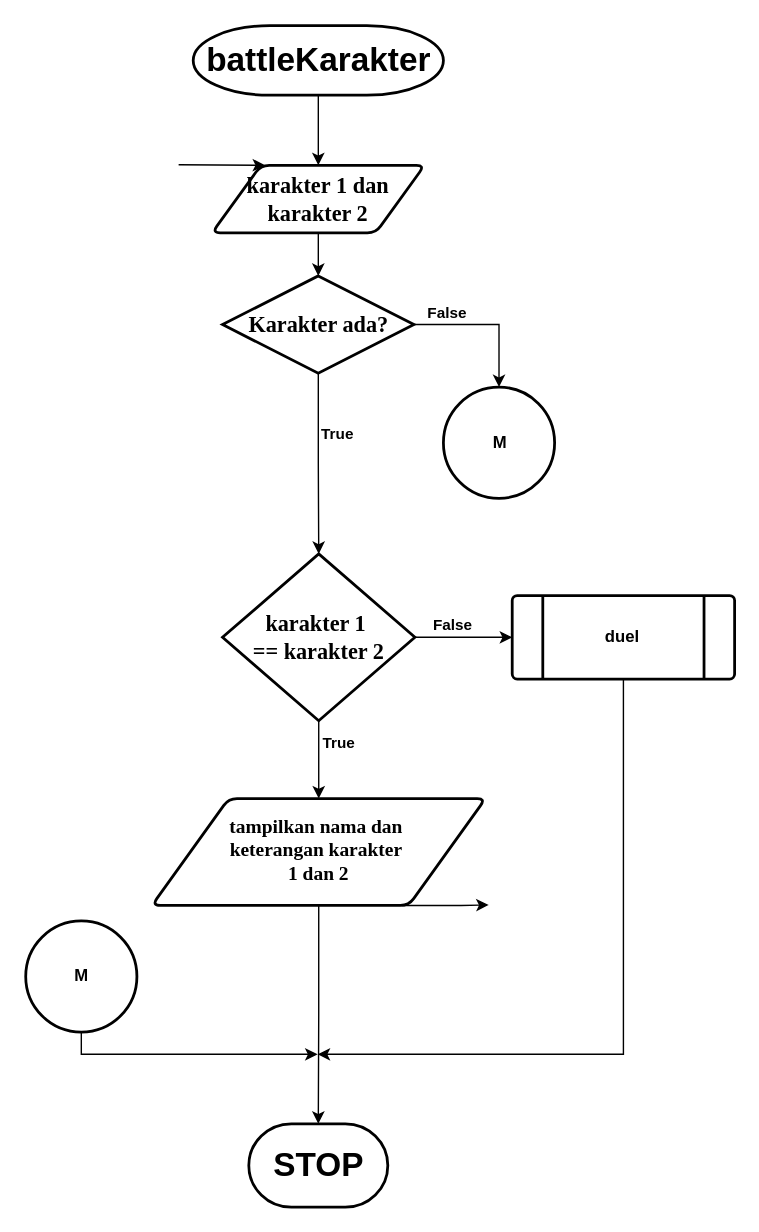
The draw.io diagram page "fungsi battleKarakter" (22 of 23) of B1-OnyxSmarid.drawio in msarabd/pa_sistem_battle_karakter_anime, before the edit. Source tidied: cells renumbered, new cells numbered last; positions are measured from the earlier drawing's top-left corner, leaving out a move shared by most shapes. Both pictures are drawn from the tidied source at 139%, with x=0, y=0 at pixel (25, 25).
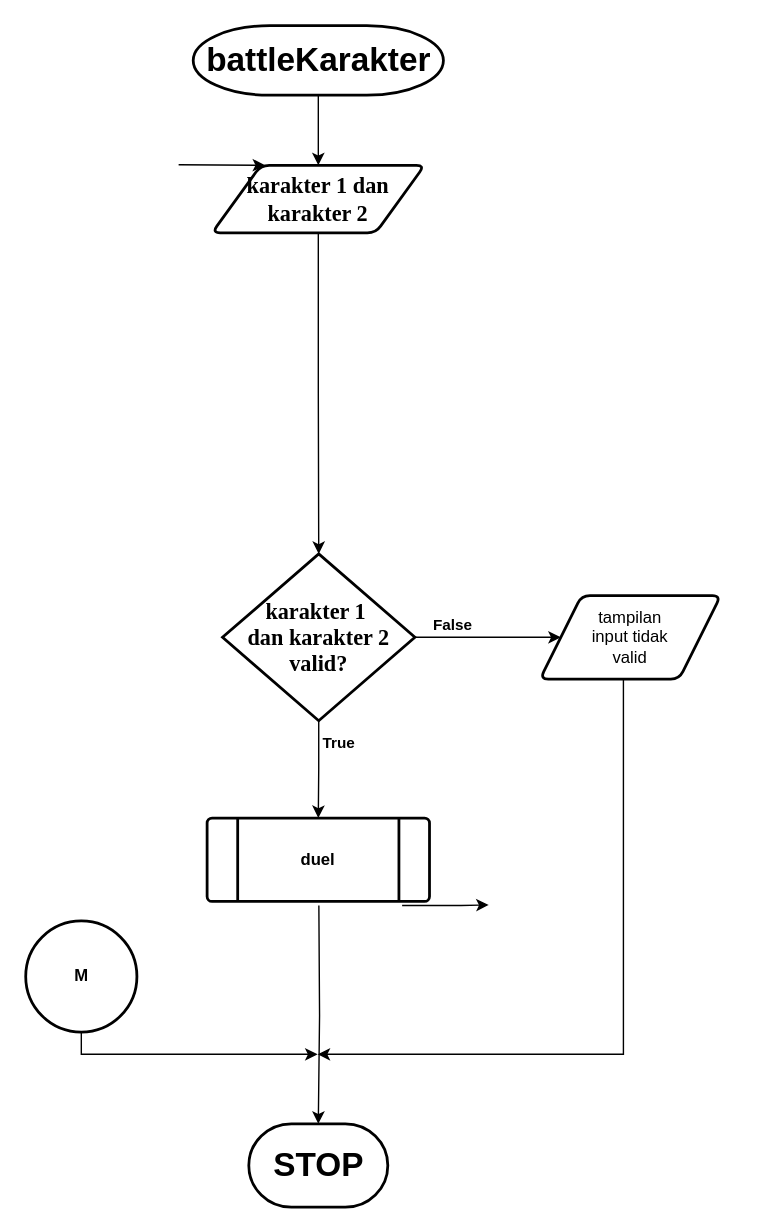
The same page after the edit.

The change refers to these unchanged cells:
```xml
<mxCell id="4" value="&lt;span style=&quot;font-size: 24px;&quot;&gt;STOP&lt;/span&gt;" style="strokeWidth=2;html=1;shape=mxgraph.flowchart.terminator;whiteSpace=wrap;fontStyle=1;" parent="1" vertex="1">
  <mxGeometry x="160.5" y="790" width="100" height="60" as="geometry" />
</mxCell>
<mxCell id="6" value="&lt;span style=&quot;font-size: 16px;&quot;&gt;karakter&amp;nbsp;&lt;/span&gt;&lt;span style=&quot;font-size: 16px; background-color: transparent; color: light-dark(rgb(0, 0, 0), rgb(255, 255, 255));&quot;&gt;1 dan karakter 2&lt;/span&gt;" style="shape=parallelogram;html=1;strokeWidth=2;perimeter=parallelogramPerimeter;whiteSpace=wrap;rounded=1;arcSize=12;size=0.23;fontStyle=1;fontSize=13;fontFamily=Times New Roman;" parent="1" vertex="1">
  <mxGeometry x="134" y="100.4" width="153" height="48.6" as="geometry" />
</mxCell>
```

The edit, as a diff of the source:
```diff
@@
-    <mxCell id="5" style="edgeStyle=orthogonalEdgeStyle;rounded=0;jettySize=auto;html=1;" parent="1" edge="1" source="6" target="10">
-      <mxGeometry relative="1" as="geometry" />
-    </mxCell>
@@
-    <mxCell id="8" style="edgeStyle=orthogonalEdgeStyle;rounded=0;jettySize=auto;html=1;" parent="1" edge="1" source="10" target="13">
+    <mxCell id="8" style="edgeStyle=orthogonalEdgeStyle;rounded=0;jettySize=auto;html=1;exitX=0.5;exitY=1;exitDx=0;exitDy=0;" parent="1" edge="1" source="6" target="13">
       <mxGeometry relative="1" as="geometry" />
     </mxCell>
-    <mxCell id="9" style="edgeStyle=orthogonalEdgeStyle;rounded=0;jettySize=auto;html=1;" parent="1" edge="1" source="10" target="19">
-      <mxGeometry relative="1" as="geometry" />
-    </mxCell>
-    <mxCell id="10" value="&lt;div&gt;&lt;span style=&quot;font-size: 16px;&quot;&gt;Karakter ada?&lt;/span&gt;&lt;/div&gt;" style="strokeWidth=2;html=1;shape=mxgraph.flowchart.decision;whiteSpace=wrap;fontStyle=1;fontFamily=Times New Roman;" parent="1" vertex="1">
-      <mxGeometry x="141.6" y="180" width="137.7" height="70" as="geometry" />
-    </mxCell>
-    <mxCell id="11" style="edgeStyle=orthogonalEdgeStyle;rounded=0;jettySize=auto;html=1;" parent="1" edge="1" source="13" target="16">
+    <mxCell id="11" style="edgeStyle=orthogonalEdgeStyle;rounded=0;jettySize=auto;html=1;entryX=0.5;entryY=0;entryDx=0;entryDy=0;" parent="1" edge="1" source="13" target="17">
       <mxGeometry relative="1" as="geometry" />
     </mxCell>
-    <mxCell id="12" style="edgeStyle=orthogonalEdgeStyle;rounded=0;jettySize=auto;html=1;" parent="1" edge="1" source="13" target="17">
+    <mxCell id="12" style="edgeStyle=orthogonalEdgeStyle;rounded=0;jettySize=auto;html=1;entryX=0;entryY=0.5;entryDx=0;entryDy=0;" parent="1" edge="1" source="13" target="26">
       <mxGeometry relative="1" as="geometry" />
     </mxCell>
-    <mxCell id="13" value="&lt;div&gt;&lt;span style=&quot;font-size: 16px;&quot;&gt;karakter 1&amp;nbsp;&lt;/span&gt;&lt;/div&gt;&lt;div&gt;&lt;span style=&quot;font-size: 16px;&quot;&gt;== karakter 2&lt;/span&gt;&lt;/div&gt;" style="strokeWidth=2;html=1;shape=mxgraph.flowchart.decision;whiteSpace=wrap;fontStyle=1;fontFamily=Times New Roman;" parent="1" vertex="1">
+    <mxCell id="13" value="&lt;div&gt;&lt;span style=&quot;font-size: 16px;&quot;&gt;karakter 1&amp;nbsp;&lt;/span&gt;&lt;/div&gt;&lt;div&gt;&lt;span style=&quot;font-size: 16px;&quot;&gt;dan karakter 2&lt;/span&gt;&lt;/div&gt;&lt;div&gt;&lt;span style=&quot;font-size: 16px;&quot;&gt;valid?&lt;/span&gt;&lt;/div&gt;" style="strokeWidth=2;html=1;shape=mxgraph.flowchart.decision;whiteSpace=wrap;fontStyle=1;fontFamily=Times New Roman;" parent="1" vertex="1">
       <mxGeometry x="141.6" y="380" width="138.4" height="120" as="geometry" />
     </mxCell>
-    <mxCell id="14" style="edgeStyle=orthogonalEdgeStyle;rounded=0;jettySize=auto;html=1;exitX=0.75;exitY=1;exitDx=0;exitDy=0;fontStyle=1;" parent="1" edge="1" source="16">
+    <mxCell id="14" style="edgeStyle=orthogonalEdgeStyle;rounded=0;orthogonalLoop=1;jettySize=auto;html=1;exitX=0.75;exitY=1;exitDx=0;exitDy=0;fontStyle=1;" parent="1" edge="1">
       <mxGeometry relative="1" as="geometry">
+        <mxPoint x="270.8" y="632.9" as="sourcePoint" />
         <mxPoint x="333.1" y="632.5" as="targetPoint" />
         <Array as="points">
           <mxPoint x="313.1" y="633" />
           <mxPoint x="313.1" y="633" />
         </Array>
       </mxGeometry>
     </mxCell>
-    <mxCell id="15" style="edgeStyle=orthogonalEdgeStyle;rounded=0;jettySize=auto;html=1;" parent="1" edge="1" source="16" target="4">
-      <mxGeometry relative="1" as="geometry" />
+    <mxCell id="15" style="edgeStyle=orthogonalEdgeStyle;rounded=0;jettySize=auto;html=1;" parent="1" edge="1" target="4">
+      <mxGeometry relative="1" as="geometry">
+        <mxPoint x="210.9" y="632.9" as="sourcePoint" />
+      </mxGeometry>
     </mxCell>
-    <mxCell id="16" value="tampilkan nama dan&amp;nbsp;&lt;div&gt;keterangan karakter&amp;nbsp;&lt;/div&gt;&lt;div&gt;1 dan&amp;nbsp;&lt;span style=&quot;background-color: transparent; color: light-dark(rgb(0, 0, 0), rgb(255, 255, 255));&quot;&gt;2&lt;/span&gt;&lt;/div&gt;" style="shape=parallelogram;html=1;strokeWidth=2;perimeter=parallelogramPerimeter;whiteSpace=wrap;rounded=1;arcSize=12;size=0.23;fontStyle=1;fontSize=14;fontFamily=Times New Roman;" parent="1" vertex="1">
-      <mxGeometry x="90.8" y="556" width="240" height="76.9" as="geometry" />
-    </mxCell>
-    <mxCell id="17" value="duel" style="verticalLabelPosition=middle;verticalAlign=middle;html=1;shape=process;whiteSpace=wrap;rounded=1;size=0.14;arcSize=6;strokeWidth=2;labelPosition=center;align=center;fontStyle=1;" parent="1" vertex="1">
-      <mxGeometry x="350" y="410" width="160" height="60" as="geometry" />
-    </mxCell>
-    <mxCell id="18" style="endArrow=classic;html=1;rounded=0;exitX=0.5;exitY=1;exitDx=0;exitDy=0;" parent="1" edge="1" source="17">
+    <mxCell id="18" style="endArrow=classic;html=1;rounded=0;exitX=0.5;exitY=1;exitDx=0;exitDy=0;" parent="1" edge="1">
       <mxGeometry relative="1" as="geometry">
+        <mxPoint x="430" y="470" as="sourcePoint" />
         <mxPoint x="210" y="740" as="targetPoint" />
         <Array as="points">
           <mxPoint x="430" y="740" />
         </Array>
       </mxGeometry>
     </mxCell>
-    <mxCell id="19" value="M" style="verticalLabelPosition=middle;verticalAlign=middle;html=1;shape=mxgraph.flowchart.on-page_reference;strokeWidth=2;fontStyle=1;labelPosition=center;align=center;" parent="1" vertex="1">
-      <mxGeometry x="300.5" y="260" width="80" height="80" as="geometry" />
-    </mxCell>
@@
-    <mxCell id="22" value="False" style="edgeLabel;html=1;align=center;verticalAlign=bottom;fontStyle=1;labelPosition=center;verticalLabelPosition=top;" parent="1" vertex="1">
-      <mxGeometry x="302" y="215" as="geometry" />
-    </mxCell>
@@
-    <mxCell id="24" value="True" style="edgeLabel;html=1;align=left;verticalAlign=middle;fontStyle=1;labelPosition=right;verticalLabelPosition=middle;" parent="1" vertex="1">
-      <mxGeometry x="211" y="293" as="geometry" />
-    </mxCell>
@@
+    <mxCell id="17" value="duel" style="verticalLabelPosition=middle;verticalAlign=middle;html=1;shape=process;whiteSpace=wrap;rounded=1;size=0.14;arcSize=6;strokeWidth=2;labelPosition=center;align=center;fontStyle=1;" parent="1" vertex="1">
+      <mxGeometry x="130.5" y="570" width="160" height="60" as="geometry" />
+    </mxCell>
+    <mxCell id="26" value="tampilan&lt;div&gt;input tidak&lt;/div&gt;&lt;div&gt;valid&lt;/div&gt;" style="shape=parallelogram;html=1;strokeWidth=2;perimeter=parallelogramPerimeter;whiteSpace=wrap;rounded=1;arcSize=12;size=0.23;" parent="1" vertex="1">
+      <mxGeometry x="370" y="410" width="130" height="60" as="geometry" />
+    </mxCell>
```
